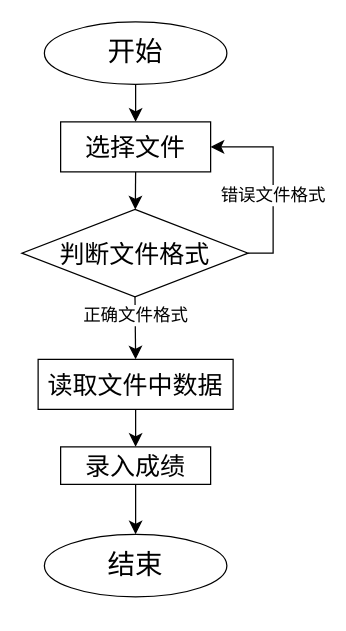
The draw.io diagram page "导入成绩" (32 of 47) of 系统结构图.drawio in yuglei/design, before the edit. Source tidied: cells renumbered, new cells numbered last; positions are measured from the earlier drawing's top-left corner, leaving out a move shared by most shapes. Both pictures are drawn from the tidied source at 125%, with x=0, y=0 at pixel (21, 21).
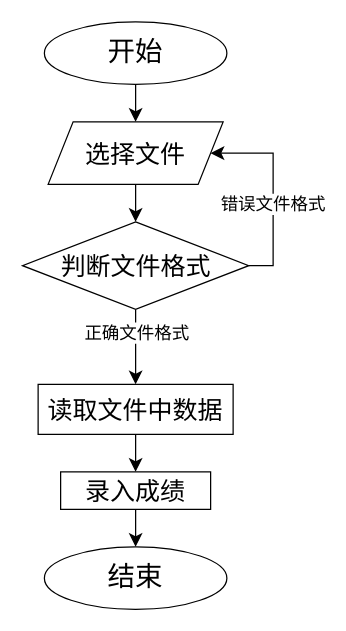
Above is the later version.

The edit, as a diff of the source:
```diff
@@
 <mxGraphModel>
   <root>
     <mxCell id="0" />
     <mxCell id="1" parent="0" />
     <mxCell id="2" style="edgeStyle=none;curved=1;rounded=0;jettySize=auto;html=1;exitX=0.5;exitY=1;exitDx=0;exitDy=0;entryX=0.5;entryY=0;entryDx=0;entryDy=0;fontSize=12;startSize=8;endSize=8;" parent="1" edge="1" source="3" target="7">
       <mxGeometry relative="1" as="geometry" />
     </mxCell>
     <mxCell id="3" value="&lt;font style=&quot;font-size: 22px;&quot;&gt;开始&lt;/font&gt;" style="ellipse;whiteSpace=wrap;html=1;" parent="1" vertex="1">
       <mxGeometry x="18" width="146" height="50" as="geometry" />
     </mxCell>
     <mxCell id="4" style="edgeStyle=none;curved=1;rounded=0;jettySize=auto;html=1;exitX=0.5;exitY=1;exitDx=0;exitDy=0;entryX=0.5;entryY=0;entryDx=0;entryDy=0;fontSize=12;startSize=8;endSize=8;" parent="1" edge="1" source="15" target="5">
       <mxGeometry relative="1" as="geometry" />
     </mxCell>
     <mxCell id="5" value="&lt;font style=&quot;font-size: 22px;&quot;&gt;结束&lt;/font&gt;" style="ellipse;whiteSpace=wrap;html=1;" parent="1" vertex="1">
-      <mxGeometry x="18" y="410" width="146" height="50" as="geometry" />
+      <mxGeometry x="18" y="420" width="146" height="50" as="geometry" />
     </mxCell>
     <mxCell id="6" style="edgeStyle=none;curved=1;rounded=0;jettySize=auto;html=1;exitX=0.5;exitY=1;exitDx=0;exitDy=0;fontSize=12;startSize=8;endSize=8;" parent="1" edge="1" source="7" target="12">
       <mxGeometry relative="1" as="geometry" />
     </mxCell>
-    <mxCell id="7" value="&lt;span style=&quot;font-size: 20px;&quot;&gt;选择文件&lt;/span&gt;" style="rounded=0;whiteSpace=wrap;html=1;" parent="1" vertex="1">
-      <mxGeometry x="31" y="80" width="120" height="40" as="geometry" />
-    </mxCell>
     <mxCell id="8" style="edgeStyle=orthogonalEdgeStyle;rounded=0;jettySize=auto;html=1;exitX=1;exitY=0.5;exitDx=0;exitDy=0;entryX=1;entryY=0.5;entryDx=0;entryDy=0;fontSize=12;startSize=8;endSize=8;" parent="1" edge="1" source="12" target="7">
-      <mxGeometry relative="1" as="geometry" />
+      <mxGeometry relative="1" as="geometry">
+        <Array as="points">
+          <mxPoint x="201" y="195" />
+          <mxPoint x="201" y="105" />
+        </Array>
+      </mxGeometry>
     </mxCell>
     <mxCell id="9" value="&lt;font style=&quot;font-size: 14px;&quot;&gt;错误文件格式&lt;/font&gt;" style="edgeLabel;html=1;align=center;verticalAlign=middle;fontSize=12;" parent="8" vertex="1">
       <mxGeometry x="-0.14" y="1" relative="1" as="geometry" />
     </mxCell>
     <mxCell id="10" style="edgeStyle=none;curved=1;rounded=0;jettySize=auto;html=1;exitX=0.5;exitY=1;exitDx=0;exitDy=0;fontSize=12;startSize=8;endSize=8;entryX=0.5;entryY=0;entryDx=0;entryDy=0;" parent="1" edge="1" source="12" target="14">
       <mxGeometry relative="1" as="geometry" />
     </mxCell>
     <mxCell id="11" value="&lt;font style=&quot;font-size: 14px;&quot;&gt;正确文件格式&lt;/font&gt;" style="edgeLabel;html=1;align=center;verticalAlign=middle;fontSize=12;" parent="10" vertex="1">
       <mxGeometry x="-0.4" y="1" relative="1" as="geometry">
         <mxPoint x="-1" as="offset" />
       </mxGeometry>
     </mxCell>
     <mxCell id="12" value="&lt;span style=&quot;font-size: 20px;&quot;&gt;判断文件格式&lt;/span&gt;" style="rhombus;whiteSpace=wrap;html=1;" parent="1" vertex="1">
-      <mxGeometry y="150" width="181" height="70" as="geometry" />
+      <mxGeometry x="0.5" y="160" width="181" height="70" as="geometry" />
     </mxCell>
     <mxCell id="13" style="edgeStyle=none;curved=1;rounded=0;jettySize=auto;html=1;exitX=0.5;exitY=1;exitDx=0;exitDy=0;fontSize=12;startSize=8;endSize=8;" parent="1" edge="1" source="14" target="15">
       <mxGeometry relative="1" as="geometry" />
     </mxCell>
     <mxCell id="14" value="&lt;font style=&quot;font-size: 20px;&quot;&gt;读取文件中数据&lt;/font&gt;" style="rounded=0;whiteSpace=wrap;html=1;" parent="1" vertex="1">
-      <mxGeometry x="13" y="270" width="156" height="40" as="geometry" />
+      <mxGeometry x="13" y="290" width="156" height="40" as="geometry" />
     </mxCell>
     <mxCell id="15" value="&lt;font style=&quot;font-size: 20px;&quot;&gt;录入成绩&lt;/font&gt;" style="rounded=0;whiteSpace=wrap;html=1;" parent="1" vertex="1">
-      <mxGeometry x="31" y="340" width="120" height="30" as="geometry" />
+      <mxGeometry x="31" y="360" width="120" height="30" as="geometry" />
     </mxCell>
+    <mxCell id="7" value="&lt;font style=&quot;font-size: 20px;&quot;&gt;选择文件&lt;/font&gt;" style="shape=parallelogram;perimeter=parallelogramPerimeter;whiteSpace=wrap;html=1;fixedSize=1;" parent="1" vertex="1">
+      <mxGeometry x="21" y="80" width="140" height="50" as="geometry" />
+    </mxCell>
+    <mxCell id="16" style="edgeStyle=none;curved=1;rounded=0;orthogonalLoop=1;jettySize=auto;html=1;exitX=0.5;exitY=0;exitDx=0;exitDy=0;fontSize=12;startSize=8;endSize=8;" parent="1" edge="1" source="7" target="7">
+      <mxGeometry relative="1" as="geometry" />
+    </mxCell>
   </root>
 </mxGraphModel>
```
